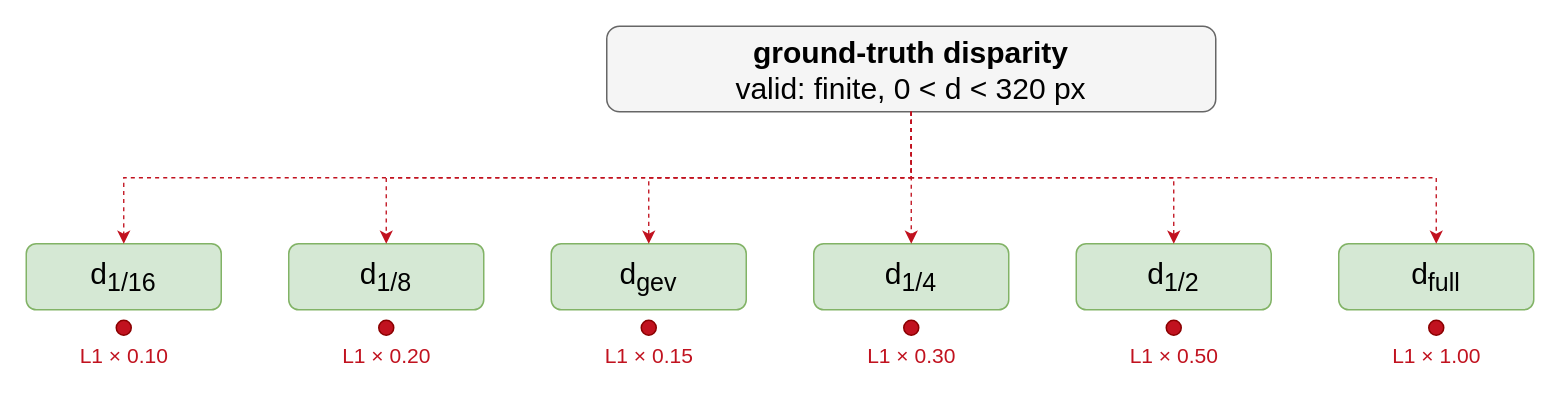
Above: thesis/book/figures/fig_3_8_supervision.drawio in abrar-nazib/StereoLite (draw.io), before the change. Source tidied: cells renumbered, new cells numbered last; positions are measured from the earlier drawing's top-left corner, leaving out a move shared by most shapes. Both pictures are drawn from the tidied source at 150%, with x=0, y=0 at pixel (26, 26).
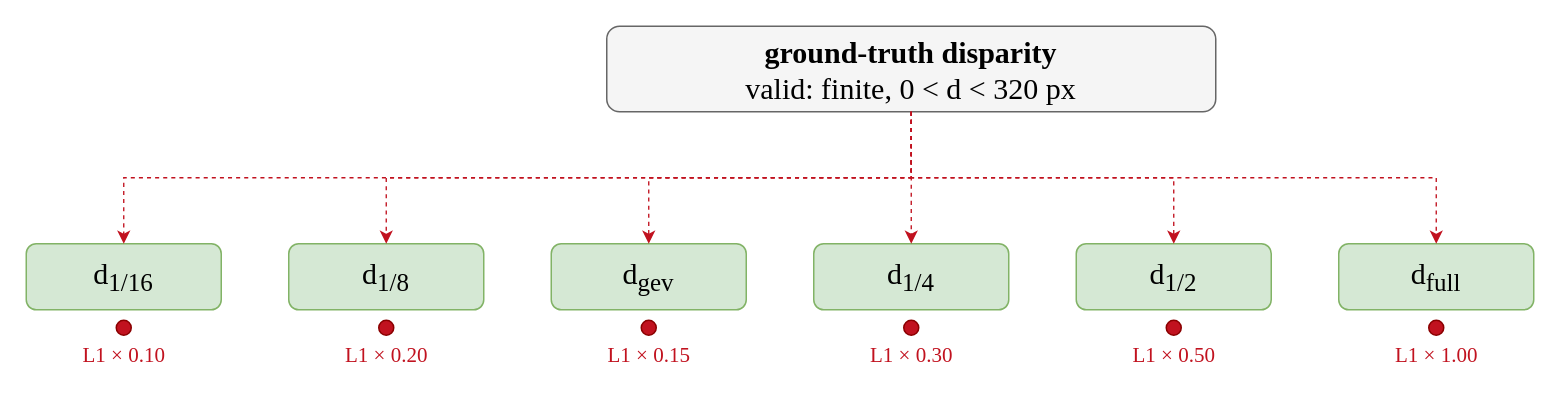
Above is the later version.

The edit, as a diff of the source:
```diff
@@
-    <mxCell id="2" value="&lt;b&gt;ground-truth disparity&lt;/b&gt;&lt;br&gt;&lt;font&gt;valid: finite, 0 &amp;lt; d &amp;lt; 320 px&lt;/font&gt;" style="rounded=1;whiteSpace=wrap;html=1;fillColor=#f5f5f5;strokeColor=#666666;fontSize=20;align=center;" parent="1" vertex="1">
+    <mxCell id="2" value="&lt;b&gt;ground-truth disparity&lt;/b&gt;&lt;br&gt;&lt;font&gt;valid: finite, 0 &amp;lt; d &amp;lt; 320 px&lt;/font&gt;" style="rounded=1;whiteSpace=wrap;html=1;fillColor=#f5f5f5;strokeColor=#666666;fontSize=20;align=center;fontFamily=Times New Roman;" parent="1" vertex="1">
       <mxGeometry x="387" width="406" height="57" as="geometry" />
     </mxCell>
-    <mxCell id="3" value="d&lt;sub&gt;1/16&lt;/sub&gt;" style="rounded=1;whiteSpace=wrap;html=1;fillColor=#d5e8d4;strokeColor=#82b366;fontSize=20;align=center;" parent="1" vertex="1">
+    <mxCell id="3" value="d&lt;sub&gt;1/16&lt;/sub&gt;" style="rounded=1;whiteSpace=wrap;html=1;fillColor=#d5e8d4;strokeColor=#82b366;fontSize=20;align=center;fontFamily=Times New Roman;" parent="1" vertex="1">
       <mxGeometry y="145" width="130" height="44" as="geometry" />
     </mxCell>
-    <mxCell id="4" style="ellipse;html=1;fillColor=#c1121f;strokeColor=#8a0000;fontSize=14;" parent="1" vertex="1">
+    <mxCell id="4" style="ellipse;html=1;fillColor=#c1121f;strokeColor=#8a0000;fontSize=14;fontFamily=Times New Roman;" parent="1" vertex="1">
       <mxGeometry x="60" y="196" width="10" height="10" as="geometry" />
     </mxCell>
-    <mxCell id="5" value="L1 × 0.10" style="text;html=1;align=center;verticalAlign=middle;fontSize=14;fontColor=#c1121f;" parent="1" vertex="1">
+    <mxCell id="5" value="L1 × 0.10" style="text;html=1;align=center;verticalAlign=middle;fontSize=14;fontColor=#c1121f;fontFamily=Times New Roman;" parent="1" vertex="1">
       <mxGeometry x="20" y="211" width="90" height="18" as="geometry" />
     </mxCell>
-    <mxCell id="6" style="edgeStyle=orthogonalEdgeStyle;rounded=0;html=1;jettySize=auto;strokeColor=#c1121f;strokeWidth=0.9;fontSize=14;dashed=1;exitX=0.5;exitY=1;exitDx=0;exitDy=0;entryX=0.5;entryY=0;entryDx=0;entryDy=0;" parent="1" edge="1" source="2" target="3">
+    <mxCell id="6" style="edgeStyle=orthogonalEdgeStyle;rounded=0;html=1;jettySize=auto;strokeColor=#c1121f;strokeWidth=0.9;fontSize=14;dashed=1;exitX=0.5;exitY=1;exitDx=0;exitDy=0;entryX=0.5;entryY=0;entryDx=0;entryDy=0;fontFamily=Times New Roman;" parent="1" edge="1" source="2" target="3">
       <mxGeometry relative="1" as="geometry" />
     </mxCell>
-    <mxCell id="7" value="d&lt;sub&gt;1/8&lt;/sub&gt;" style="rounded=1;whiteSpace=wrap;html=1;fillColor=#d5e8d4;strokeColor=#82b366;fontSize=20;align=center;" parent="1" vertex="1">
+    <mxCell id="7" value="d&lt;sub&gt;1/8&lt;/sub&gt;" style="rounded=1;whiteSpace=wrap;html=1;fillColor=#d5e8d4;strokeColor=#82b366;fontSize=20;align=center;fontFamily=Times New Roman;" parent="1" vertex="1">
       <mxGeometry x="175" y="145" width="130" height="44" as="geometry" />
     </mxCell>
-    <mxCell id="8" style="ellipse;html=1;fillColor=#c1121f;strokeColor=#8a0000;fontSize=14;" parent="1" vertex="1">
+    <mxCell id="8" style="ellipse;html=1;fillColor=#c1121f;strokeColor=#8a0000;fontSize=14;fontFamily=Times New Roman;" parent="1" vertex="1">
       <mxGeometry x="235" y="196" width="10" height="10" as="geometry" />
     </mxCell>
-    <mxCell id="9" value="L1 × 0.20" style="text;html=1;align=center;verticalAlign=middle;fontSize=14;fontColor=#c1121f;" parent="1" vertex="1">
+    <mxCell id="9" value="L1 × 0.20" style="text;html=1;align=center;verticalAlign=middle;fontSize=14;fontColor=#c1121f;fontFamily=Times New Roman;" parent="1" vertex="1">
       <mxGeometry x="195" y="211" width="90" height="18" as="geometry" />
     </mxCell>
-    <mxCell id="10" style="edgeStyle=orthogonalEdgeStyle;rounded=0;html=1;jettySize=auto;strokeColor=#c1121f;strokeWidth=0.9;fontSize=14;dashed=1;exitX=0.5;exitY=1;exitDx=0;exitDy=0;entryX=0.5;entryY=0;entryDx=0;entryDy=0;" parent="1" edge="1" source="2" target="7">
+    <mxCell id="10" style="edgeStyle=orthogonalEdgeStyle;rounded=0;html=1;jettySize=auto;strokeColor=#c1121f;strokeWidth=0.9;fontSize=14;dashed=1;exitX=0.5;exitY=1;exitDx=0;exitDy=0;entryX=0.5;entryY=0;entryDx=0;entryDy=0;fontFamily=Times New Roman;" parent="1" edge="1" source="2" target="7">
       <mxGeometry relative="1" as="geometry" />
     </mxCell>
-    <mxCell id="11" value="d&lt;sub&gt;gev&lt;/sub&gt;" style="rounded=1;whiteSpace=wrap;html=1;fillColor=#d5e8d4;strokeColor=#82b366;fontSize=20;align=center;" parent="1" vertex="1">
+    <mxCell id="11" value="d&lt;sub&gt;gev&lt;/sub&gt;" style="rounded=1;whiteSpace=wrap;html=1;fillColor=#d5e8d4;strokeColor=#82b366;fontSize=20;align=center;fontFamily=Times New Roman;" parent="1" vertex="1">
       <mxGeometry x="350" y="145" width="130" height="44" as="geometry" />
     </mxCell>
-    <mxCell id="12" style="ellipse;html=1;fillColor=#c1121f;strokeColor=#8a0000;fontSize=14;" parent="1" vertex="1">
+    <mxCell id="12" style="ellipse;html=1;fillColor=#c1121f;strokeColor=#8a0000;fontSize=14;fontFamily=Times New Roman;" parent="1" vertex="1">
       <mxGeometry x="410" y="196" width="10" height="10" as="geometry" />
     </mxCell>
-    <mxCell id="13" value="L1 × 0.15" style="text;html=1;align=center;verticalAlign=middle;fontSize=14;fontColor=#c1121f;" parent="1" vertex="1">
+    <mxCell id="13" value="L1 × 0.15" style="text;html=1;align=center;verticalAlign=middle;fontSize=14;fontColor=#c1121f;fontFamily=Times New Roman;" parent="1" vertex="1">
       <mxGeometry x="370" y="211" width="90" height="18" as="geometry" />
     </mxCell>
-    <mxCell id="14" style="edgeStyle=orthogonalEdgeStyle;rounded=0;html=1;jettySize=auto;strokeColor=#c1121f;strokeWidth=0.9;fontSize=14;dashed=1;exitX=0.5;exitY=1;exitDx=0;exitDy=0;entryX=0.5;entryY=0;entryDx=0;entryDy=0;" parent="1" edge="1" source="2" target="11">
+    <mxCell id="14" style="edgeStyle=orthogonalEdgeStyle;rounded=0;html=1;jettySize=auto;strokeColor=#c1121f;strokeWidth=0.9;fontSize=14;dashed=1;exitX=0.5;exitY=1;exitDx=0;exitDy=0;entryX=0.5;entryY=0;entryDx=0;entryDy=0;fontFamily=Times New Roman;" parent="1" edge="1" source="2" target="11">
       <mxGeometry relative="1" as="geometry" />
     </mxCell>
-    <mxCell id="15" value="d&lt;sub&gt;1/4&lt;/sub&gt;" style="rounded=1;whiteSpace=wrap;html=1;fillColor=#d5e8d4;strokeColor=#82b366;fontSize=20;align=center;" parent="1" vertex="1">
+    <mxCell id="15" value="d&lt;sub&gt;1/4&lt;/sub&gt;" style="rounded=1;whiteSpace=wrap;html=1;fillColor=#d5e8d4;strokeColor=#82b366;fontSize=20;align=center;fontFamily=Times New Roman;" parent="1" vertex="1">
       <mxGeometry x="525" y="145" width="130" height="44" as="geometry" />
     </mxCell>
-    <mxCell id="16" style="ellipse;html=1;fillColor=#c1121f;strokeColor=#8a0000;fontSize=14;" parent="1" vertex="1">
+    <mxCell id="16" style="ellipse;html=1;fillColor=#c1121f;strokeColor=#8a0000;fontSize=14;fontFamily=Times New Roman;" parent="1" vertex="1">
       <mxGeometry x="585" y="196" width="10" height="10" as="geometry" />
     </mxCell>
-    <mxCell id="17" value="L1 × 0.30" style="text;html=1;align=center;verticalAlign=middle;fontSize=14;fontColor=#c1121f;" parent="1" vertex="1">
+    <mxCell id="17" value="L1 × 0.30" style="text;html=1;align=center;verticalAlign=middle;fontSize=14;fontColor=#c1121f;fontFamily=Times New Roman;" parent="1" vertex="1">
       <mxGeometry x="545" y="211" width="90" height="18" as="geometry" />
     </mxCell>
-    <mxCell id="18" style="edgeStyle=orthogonalEdgeStyle;rounded=0;html=1;jettySize=auto;strokeColor=#c1121f;strokeWidth=0.9;fontSize=14;dashed=1;exitX=0.5;exitY=1;exitDx=0;exitDy=0;entryX=0.5;entryY=0;entryDx=0;entryDy=0;" parent="1" edge="1" source="2" target="15">
+    <mxCell id="18" style="edgeStyle=orthogonalEdgeStyle;rounded=0;html=1;jettySize=auto;strokeColor=#c1121f;strokeWidth=0.9;fontSize=14;dashed=1;exitX=0.5;exitY=1;exitDx=0;exitDy=0;entryX=0.5;entryY=0;entryDx=0;entryDy=0;fontFamily=Times New Roman;" parent="1" edge="1" source="2" target="15">
       <mxGeometry relative="1" as="geometry" />
     </mxCell>
-    <mxCell id="19" value="d&lt;sub&gt;1/2&lt;/sub&gt;" style="rounded=1;whiteSpace=wrap;html=1;fillColor=#d5e8d4;strokeColor=#82b366;fontSize=20;align=center;" parent="1" vertex="1">
+    <mxCell id="19" value="d&lt;sub&gt;1/2&lt;/sub&gt;" style="rounded=1;whiteSpace=wrap;html=1;fillColor=#d5e8d4;strokeColor=#82b366;fontSize=20;align=center;fontFamily=Times New Roman;" parent="1" vertex="1">
       <mxGeometry x="700" y="145" width="130" height="44" as="geometry" />
     </mxCell>
-    <mxCell id="20" style="ellipse;html=1;fillColor=#c1121f;strokeColor=#8a0000;fontSize=14;" parent="1" vertex="1">
+    <mxCell id="20" style="ellipse;html=1;fillColor=#c1121f;strokeColor=#8a0000;fontSize=14;fontFamily=Times New Roman;" parent="1" vertex="1">
       <mxGeometry x="760" y="196" width="10" height="10" as="geometry" />
     </mxCell>
-    <mxCell id="21" value="L1 × 0.50" style="text;html=1;align=center;verticalAlign=middle;fontSize=14;fontColor=#c1121f;" parent="1" vertex="1">
+    <mxCell id="21" value="L1 × 0.50" style="text;html=1;align=center;verticalAlign=middle;fontSize=14;fontColor=#c1121f;fontFamily=Times New Roman;" parent="1" vertex="1">
       <mxGeometry x="720" y="211" width="90" height="18" as="geometry" />
     </mxCell>
-    <mxCell id="22" style="edgeStyle=orthogonalEdgeStyle;rounded=0;html=1;jettySize=auto;strokeColor=#c1121f;strokeWidth=0.9;fontSize=14;dashed=1;exitX=0.5;exitY=1;exitDx=0;exitDy=0;entryX=0.5;entryY=0;entryDx=0;entryDy=0;" parent="1" edge="1" source="2" target="19">
+    <mxCell id="22" style="edgeStyle=orthogonalEdgeStyle;rounded=0;html=1;jettySize=auto;strokeColor=#c1121f;strokeWidth=0.9;fontSize=14;dashed=1;exitX=0.5;exitY=1;exitDx=0;exitDy=0;entryX=0.5;entryY=0;entryDx=0;entryDy=0;fontFamily=Times New Roman;" parent="1" edge="1" source="2" target="19">
       <mxGeometry relative="1" as="geometry" />
     </mxCell>
-    <mxCell id="23" value="d&lt;sub&gt;full&lt;/sub&gt;" style="rounded=1;whiteSpace=wrap;html=1;fillColor=#d5e8d4;strokeColor=#82b366;fontSize=20;align=center;" parent="1" vertex="1">
+    <mxCell id="23" value="d&lt;sub&gt;full&lt;/sub&gt;" style="rounded=1;whiteSpace=wrap;html=1;fillColor=#d5e8d4;strokeColor=#82b366;fontSize=20;align=center;fontFamily=Times New Roman;" parent="1" vertex="1">
       <mxGeometry x="875" y="145" width="130" height="44" as="geometry" />
     </mxCell>
-    <mxCell id="24" style="ellipse;html=1;fillColor=#c1121f;strokeColor=#8a0000;fontSize=14;" parent="1" vertex="1">
+    <mxCell id="24" style="ellipse;html=1;fillColor=#c1121f;strokeColor=#8a0000;fontSize=14;fontFamily=Times New Roman;" parent="1" vertex="1">
       <mxGeometry x="935" y="196" width="10" height="10" as="geometry" />
     </mxCell>
-    <mxCell id="25" value="L1 × 1.00" style="text;html=1;align=center;verticalAlign=middle;fontSize=14;fontColor=#c1121f;" parent="1" vertex="1">
+    <mxCell id="25" value="L1 × 1.00" style="text;html=1;align=center;verticalAlign=middle;fontSize=14;fontColor=#c1121f;fontFamily=Times New Roman;" parent="1" vertex="1">
       <mxGeometry x="895" y="211" width="90" height="18" as="geometry" />
     </mxCell>
-    <mxCell id="26" style="edgeStyle=orthogonalEdgeStyle;rounded=0;html=1;jettySize=auto;strokeColor=#c1121f;strokeWidth=0.9;fontSize=14;dashed=1;exitX=0.5;exitY=1;exitDx=0;exitDy=0;entryX=0.5;entryY=0;entryDx=0;entryDy=0;" parent="1" edge="1" source="2" target="23">
+    <mxCell id="26" style="edgeStyle=orthogonalEdgeStyle;rounded=0;html=1;jettySize=auto;strokeColor=#c1121f;strokeWidth=0.9;fontSize=14;dashed=1;exitX=0.5;exitY=1;exitDx=0;exitDy=0;entryX=0.5;entryY=0;entryDx=0;entryDy=0;fontFamily=Times New Roman;" parent="1" edge="1" source="2" target="23">
       <mxGeometry relative="1" as="geometry" />
     </mxCell>
```
